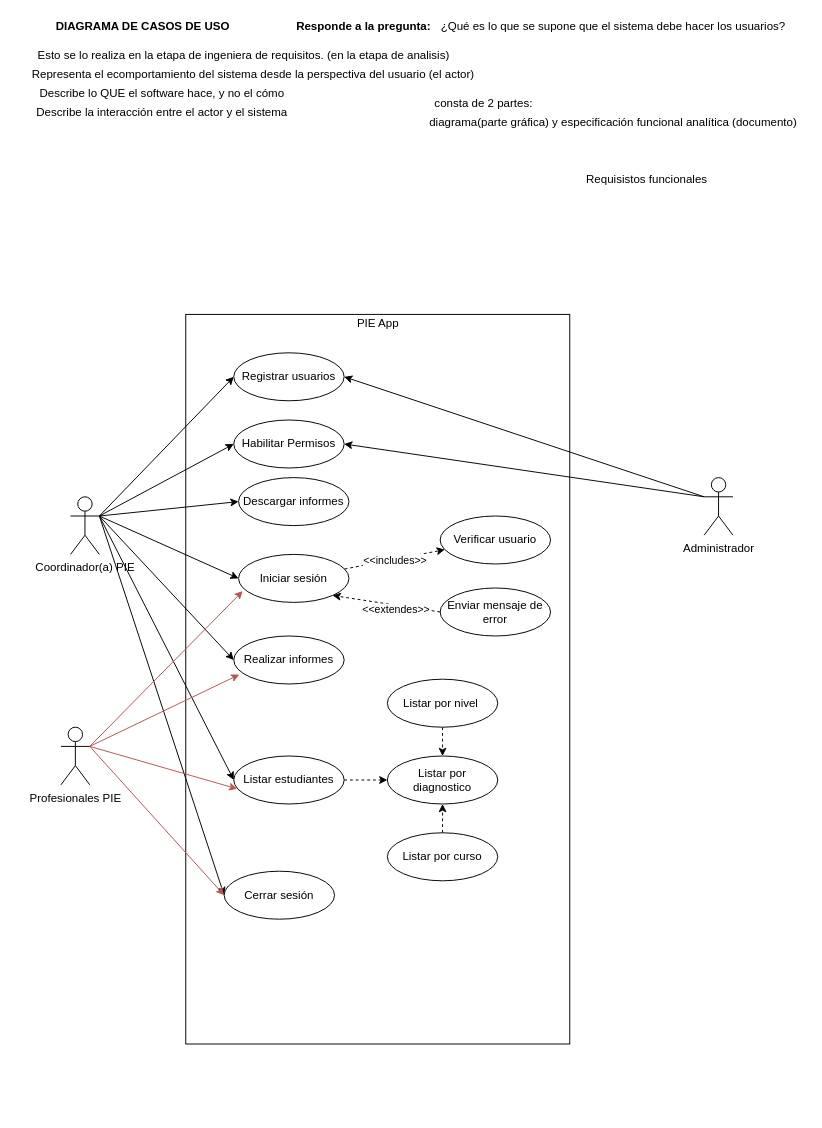
Earlier version of the draw.io diagram caso_de_uso.drawio (German-G-M/Modelamiento_y_Normalizaci-n). Source tidied: cells renumbered, new cells numbered last; positions are measured from the earlier drawing's top-left corner, leaving out a move shared by most shapes. Both pictures are drawn from the tidied source at 96%, with x=0, y=0 at pixel (22, 16).
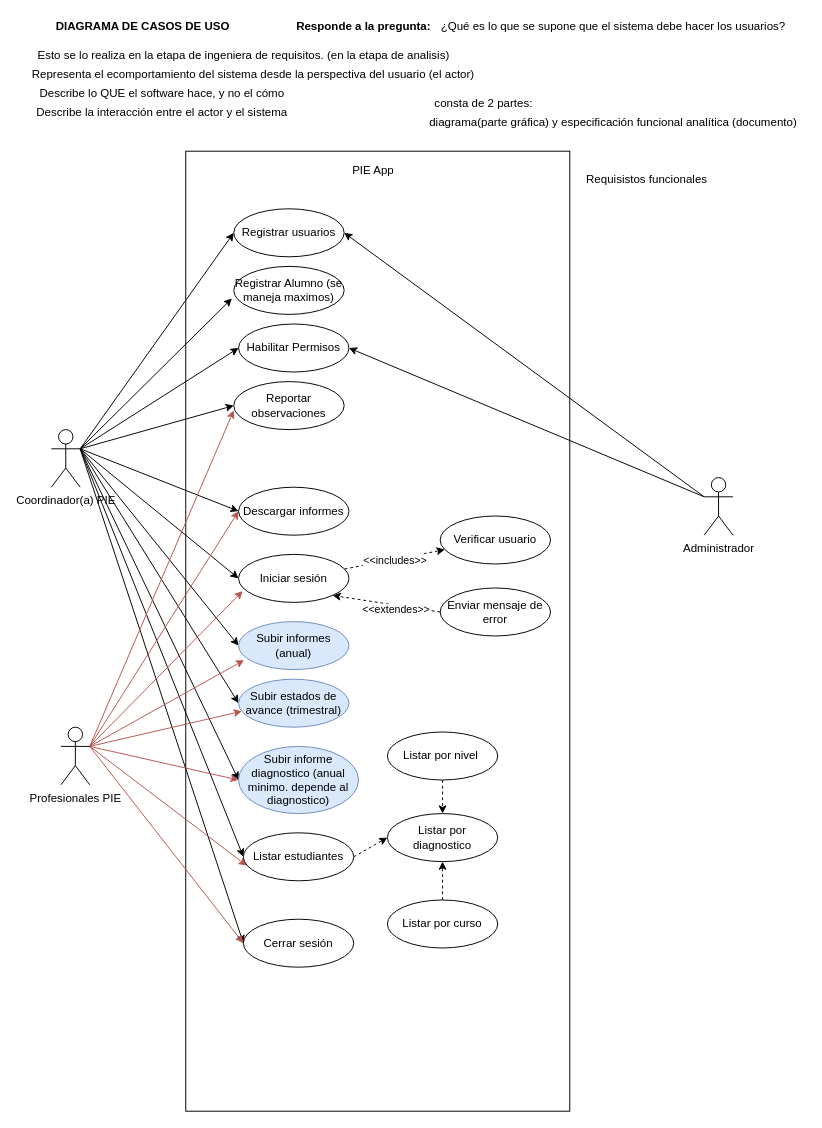
The same page after the edit.

Unchanged cells that the change refers to:
```xml
<mxCell id="30" value="Profesionales PIE" style="shape=umlActor;verticalLabelPosition=bottom;verticalAlign=top;html=1;outlineConnect=0;" parent="1" vertex="1">
  <mxGeometry x="40" y="740" width="30" height="60" as="geometry" />
</mxCell>
```

What changed in the source:
```diff
@@
     <mxCell id="2" style="rounded=0;whiteSpace=wrap;html=1;fillColor=none;" parent="1" vertex="1">
-      <mxGeometry x="170" y="310" width="400" height="760" as="geometry" />
+      <mxGeometry x="170" y="140" width="400" height="1000" as="geometry" />
     </mxCell>
@@
+    <mxCell id="49" style="rounded=0;jettySize=auto;html=1;exitX=1;exitY=0.3333333333333333;exitDx=0;exitDy=0;exitPerimeter=0;entryX=0;entryY=0.5;entryDx=0;entryDy=0;" parent="1" edge="1" source="13" target="58">
+      <mxGeometry relative="1" as="geometry" />
+    </mxCell>
+    <mxCell id="50" style="edgeStyle=none;rounded=0;jettySize=auto;html=1;exitX=1;exitY=0.3333333333333333;exitDx=0;exitDy=0;exitPerimeter=0;entryX=0;entryY=0.5;entryDx=0;entryDy=0;" parent="1" edge="1" source="13" target="57">
+      <mxGeometry relative="1" as="geometry" />
+    </mxCell>
+    <mxCell id="51" style="edgeStyle=none;rounded=0;jettySize=auto;html=1;exitX=1;exitY=0.3333333333333333;exitDx=0;exitDy=0;exitPerimeter=0;entryX=-0.017;entryY=0.668;entryDx=0;entryDy=0;entryPerimeter=0;" parent="1" edge="1" source="13" target="59">
+      <mxGeometry relative="1" as="geometry" />
+    </mxCell>
+    <mxCell id="52" style="edgeStyle=none;rounded=0;jettySize=auto;html=1;exitX=1;exitY=0.3333333333333333;exitDx=0;exitDy=0;exitPerimeter=0;entryX=0;entryY=0.5;entryDx=0;entryDy=0;" parent="1" edge="1" source="13" target="60">
+      <mxGeometry relative="1" as="geometry" />
+    </mxCell>
     <mxCell id="13" value="Coordinador(a) PIE" style="shape=umlActor;verticalLabelPosition=bottom;verticalAlign=top;html=1;outlineConnect=0;" parent="1" vertex="1">
-      <mxGeometry x="50" y="500" width="30" height="60" as="geometry" />
+      <mxGeometry x="30" y="430" width="30" height="60" as="geometry" />
     </mxCell>
@@
     <mxCell id="25" value="PIE App" style="text;html=1;align=center;verticalAlign=middle;strokeColor=none;fillColor=none;" parent="1" vertex="1">
-      <mxGeometry x="340" y="310" width="60" height="20" as="geometry" />
+      <mxGeometry x="335" y="150" width="60" height="20" as="geometry" />
     </mxCell>
@@
+    <mxCell id="53" style="edgeStyle=none;rounded=0;jettySize=auto;html=1;exitX=1;exitY=0.3333333333333333;exitDx=0;exitDy=0;exitPerimeter=0;entryX=0.03;entryY=0.668;entryDx=0;entryDy=0;entryPerimeter=0;fillColor=#f8cecc;strokeColor=#b85450;" parent="1" edge="1" source="30" target="57">
+      <mxGeometry relative="1" as="geometry" />
+    </mxCell>
+    <mxCell id="54" style="edgeStyle=none;rounded=0;jettySize=auto;html=1;exitX=1;exitY=0.3333333333333333;exitDx=0;exitDy=0;exitPerimeter=0;entryX=0;entryY=0.5;entryDx=0;entryDy=0;fillColor=#f8cecc;strokeColor=#b85450;" parent="1" edge="1" source="30" target="58">
+      <mxGeometry relative="1" as="geometry" />
+    </mxCell>
+    <mxCell id="55" style="edgeStyle=none;rounded=0;jettySize=auto;html=1;exitX=1;exitY=0.3333333333333333;exitDx=0;exitDy=0;exitPerimeter=0;entryX=0;entryY=0.5;entryDx=0;entryDy=0;fillColor=#f8cecc;strokeColor=#b85450;" parent="1" edge="1" source="30" target="36">
+      <mxGeometry relative="1" as="geometry" />
+    </mxCell>
+    <mxCell id="56" style="edgeStyle=none;rounded=0;jettySize=auto;html=1;exitX=1;exitY=0.3333333333333333;exitDx=0;exitDy=0;exitPerimeter=0;fillColor=#f8cecc;strokeColor=#b85450;" parent="1" edge="1" source="30">
+      <mxGeometry relative="1" as="geometry">
+        <mxPoint x="220" y="410" as="targetPoint" />
+      </mxGeometry>
+    </mxCell>
@@
     <mxCell id="32" value="Listar estudiantes" style="ellipse;whiteSpace=wrap;html=1;" parent="1" vertex="1">
-      <mxGeometry x="220" y="770" width="115" height="50" as="geometry" />
+      <mxGeometry x="230" y="850" width="115" height="50" as="geometry" />
     </mxCell>
     <mxCell id="33" value="Cerrar sesión" style="ellipse;whiteSpace=wrap;html=1;" parent="1" vertex="1">
-      <mxGeometry x="210" y="890" width="115" height="50" as="geometry" />
+      <mxGeometry x="230" y="940" width="115" height="50" as="geometry" />
     </mxCell>
     <mxCell id="34" value="Habilitar Permisos" style="ellipse;whiteSpace=wrap;html=1;" parent="1" vertex="1">
-      <mxGeometry x="220" y="420" width="115" height="50" as="geometry" />
+      <mxGeometry x="225" y="320" width="115" height="50" as="geometry" />
     </mxCell>
-    <mxCell id="35" value="Realizar informes" style="ellipse;whiteSpace=wrap;html=1;" parent="1" vertex="1">
-      <mxGeometry x="220" y="645" width="115" height="50" as="geometry" />
+    <mxCell id="35" value="Subir informes (anual)" style="ellipse;whiteSpace=wrap;html=1;fillColor=#dae8fc;strokeColor=#6c8ebf;" parent="1" vertex="1">
+      <mxGeometry x="225" y="630" width="115" height="50" as="geometry" />
     </mxCell>
     <mxCell id="36" value="Descargar informes" style="ellipse;whiteSpace=wrap;html=1;" parent="1" vertex="1">
-      <mxGeometry x="225" y="480" width="115" height="50" as="geometry" />
+      <mxGeometry x="225" y="490" width="115" height="50" as="geometry" />
     </mxCell>
@@
     <mxCell id="44" value="Listar por nivel&amp;nbsp;" style="ellipse;whiteSpace=wrap;html=1;" parent="1" vertex="1">
-      <mxGeometry x="380" y="690" width="115" height="50" as="geometry" />
+      <mxGeometry x="380" y="745" width="115" height="50" as="geometry" />
     </mxCell>
@@
     <mxCell id="46" value="Listar por curso" style="ellipse;whiteSpace=wrap;html=1;" parent="1" vertex="1">
-      <mxGeometry x="380" y="850" width="115" height="50" as="geometry" />
+      <mxGeometry x="380" y="920" width="115" height="50" as="geometry" />
     </mxCell>
     <mxCell id="47" value="Listar por diagnostico" style="ellipse;whiteSpace=wrap;html=1;" parent="1" vertex="1">
-      <mxGeometry x="380" y="770" width="115" height="50" as="geometry" />
+      <mxGeometry x="380" y="830" width="115" height="50" as="geometry" />
     </mxCell>
     <mxCell id="48" value="Registrar usuarios" style="ellipse;whiteSpace=wrap;html=1;" parent="1" vertex="1">
-      <mxGeometry x="220" y="350" width="115" height="50" as="geometry" />
+      <mxGeometry x="220" y="200" width="115" height="50" as="geometry" />
     </mxCell>
+    <mxCell id="57" value="Subir estados de avance (trimestral)" style="ellipse;whiteSpace=wrap;html=1;fillColor=#dae8fc;strokeColor=#6c8ebf;" parent="1" vertex="1">
+      <mxGeometry x="225" y="690" width="115" height="50" as="geometry" />
+    </mxCell>
+    <mxCell id="58" value="Subir informe diagnostico (anual minimo. depende al diagnostico)" style="ellipse;whiteSpace=wrap;html=1;fillColor=#dae8fc;strokeColor=#6c8ebf;" parent="1" vertex="1">
+      <mxGeometry x="225" y="760" width="125" height="70" as="geometry" />
+    </mxCell>
+    <mxCell id="59" value="Registrar Alumno (se maneja maximos)" style="ellipse;whiteSpace=wrap;html=1;" parent="1" vertex="1">
+      <mxGeometry x="220" y="260" width="115" height="50" as="geometry" />
+    </mxCell>
+    <mxCell id="60" value="Reportar observaciones" style="ellipse;whiteSpace=wrap;html=1;" parent="1" vertex="1">
+      <mxGeometry x="220" y="380" width="115" height="50" as="geometry" />
+    </mxCell>
```
